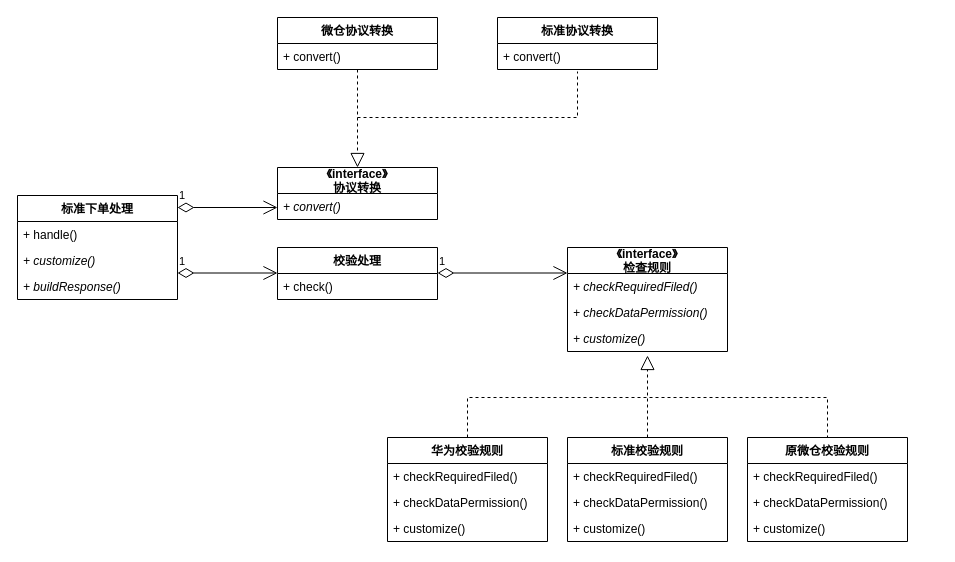
vvhard/draw_io keeps this draw.io diagram as page "设计模式" (2 of 5) of Untitled Diagram.drawio. Above is the earlier version. Source tidied: cells renumbered, new cells numbered last; positions are measured from the earlier drawing's top-left corner, leaving out a move shared by most shapes. Both pictures are drawn from the tidied source at 100%, with x=0, y=0 at pixel (17, 17).
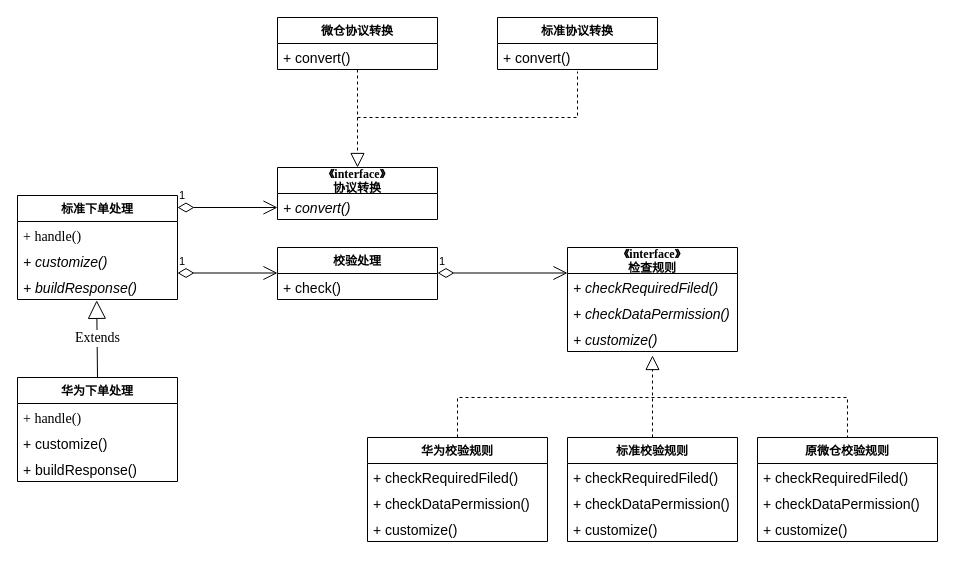
After the change.

Unchanged cells that the change refers to:
```xml
<mxCell id="20" value="校验处理" style="swimlane;fontStyle=1;horizontal=1;startSize=26;fillColor=none;" parent="1" vertex="1">
  <mxGeometry x="260" y="230" width="160" height="52" as="geometry" />
</mxCell>
```

The edit, as a diff of the source:
```diff
@@
-    <mxCell id="2" value="《interface》&#10;检查规则" style="swimlane;fontStyle=1;horizontal=1;startSize=26;fillColor=none;" parent="1" vertex="1">
-      <mxGeometry x="550" y="230" width="160" height="104" as="geometry" />
+    <mxCell id="2" value="《interface》&#10;检查规则" style="swimlane;fontStyle=1;horizontal=1;startSize=26;fillColor=none;fontFamily=Times New Roman;" parent="1" vertex="1">
+      <mxGeometry x="550" y="230" width="170" height="104" as="geometry" />
     </mxCell>
-    <mxCell id="3" value="+ checkRequiredFiled()" style="text;strokeColor=none;fillColor=none;align=left;verticalAlign=top;spacingLeft=4;spacingRight=4;overflow=hidden;fontStyle=2;" parent="2" vertex="1">
-      <mxGeometry y="26" width="160" height="26" as="geometry" />
+    <mxCell id="3" value="+ checkRequiredFiled()" style="text;strokeColor=none;fillColor=none;align=left;verticalAlign=top;spacingLeft=4;spacingRight=4;overflow=hidden;fontStyle=2;fontSize=14;" parent="2" vertex="1">
+      <mxGeometry y="26" width="170" height="26" as="geometry" />
     </mxCell>
-    <mxCell id="4" value="+ checkDataPermission()" style="text;strokeColor=none;fillColor=none;align=left;verticalAlign=top;spacingLeft=4;spacingRight=4;overflow=hidden;fontStyle=2;" parent="2" vertex="1">
-      <mxGeometry y="52" width="160" height="26" as="geometry" />
+    <mxCell id="4" value="+ checkDataPermission()" style="text;strokeColor=none;fillColor=none;align=left;verticalAlign=top;spacingLeft=4;spacingRight=4;overflow=hidden;fontStyle=2;fontSize=14;" parent="2" vertex="1">
+      <mxGeometry y="52" width="170" height="26" as="geometry" />
     </mxCell>
-    <mxCell id="5" value="+ customize()" style="text;strokeColor=none;fillColor=none;align=left;verticalAlign=top;spacingLeft=4;spacingRight=4;overflow=hidden;points=[[0,0.5],[1,0.5]];portConstraint=eastwest;fontStyle=2;" parent="2" vertex="1">
-      <mxGeometry y="78" width="160" height="26" as="geometry" />
+    <mxCell id="5" value="+ customize()" style="text;strokeColor=none;fillColor=none;align=left;verticalAlign=top;spacingLeft=4;spacingRight=4;overflow=hidden;points=[[0,0.5],[1,0.5]];portConstraint=eastwest;fontStyle=2;fontSize=14;" parent="2" vertex="1">
+      <mxGeometry y="78" width="170" height="26" as="geometry" />
     </mxCell>
@@
-    <mxCell id="7" value="华为校验规则" style="swimlane;fontStyle=1;horizontal=1;startSize=26;fillColor=none;" parent="1" vertex="1">
-      <mxGeometry x="370" y="420" width="160" height="104" as="geometry" />
+    <mxCell id="7" value="华为校验规则" style="swimlane;fontStyle=1;horizontal=1;startSize=26;fillColor=none;fontFamily=Times New Roman;" parent="1" vertex="1">
+      <mxGeometry x="350" y="420" width="180" height="104" as="geometry" />
     </mxCell>
-    <mxCell id="8" value="+ checkRequiredFiled()" style="text;strokeColor=none;fillColor=none;align=left;verticalAlign=top;spacingLeft=4;spacingRight=4;overflow=hidden;" parent="7" vertex="1">
-      <mxGeometry y="26" width="160" height="26" as="geometry" />
+    <mxCell id="8" value="+ checkRequiredFiled()" style="text;strokeColor=none;fillColor=none;align=left;verticalAlign=top;spacingLeft=4;spacingRight=4;overflow=hidden;fontSize=14;" parent="7" vertex="1">
+      <mxGeometry y="26" width="180" height="26" as="geometry" />
     </mxCell>
-    <mxCell id="9" value="+ checkDataPermission()" style="text;strokeColor=none;fillColor=none;align=left;verticalAlign=top;spacingLeft=4;spacingRight=4;overflow=hidden;" parent="7" vertex="1">
-      <mxGeometry y="52" width="160" height="26" as="geometry" />
+    <mxCell id="9" value="+ checkDataPermission()" style="text;strokeColor=none;fillColor=none;align=left;verticalAlign=top;spacingLeft=4;spacingRight=4;overflow=hidden;fontSize=14;" parent="7" vertex="1">
+      <mxGeometry y="52" width="180" height="26" as="geometry" />
     </mxCell>
-    <mxCell id="10" value="+ customize()" style="text;strokeColor=none;fillColor=none;align=left;verticalAlign=top;spacingLeft=4;spacingRight=4;overflow=hidden;" parent="7" vertex="1">
-      <mxGeometry y="78" width="160" height="26" as="geometry" />
+    <mxCell id="10" value="+ customize()" style="text;strokeColor=none;fillColor=none;align=left;verticalAlign=top;spacingLeft=4;spacingRight=4;overflow=hidden;fontSize=14;" parent="7" vertex="1">
+      <mxGeometry y="78" width="180" height="26" as="geometry" />
     </mxCell>
-    <mxCell id="11" value="标准校验规则" style="swimlane;fontStyle=1;horizontal=1;startSize=26;fillColor=none;" parent="1" vertex="1">
-      <mxGeometry x="550" y="420" width="160" height="104" as="geometry" />
+    <mxCell id="11" value="标准校验规则" style="swimlane;fontStyle=1;horizontal=1;startSize=26;fillColor=none;fontFamily=Times New Roman;" parent="1" vertex="1">
+      <mxGeometry x="550" y="420" width="170" height="104" as="geometry" />
     </mxCell>
-    <mxCell id="12" value="+ checkRequiredFiled()" style="text;strokeColor=none;fillColor=none;align=left;verticalAlign=top;spacingLeft=4;spacingRight=4;overflow=hidden;" parent="11" vertex="1">
-      <mxGeometry y="26" width="160" height="26" as="geometry" />
+    <mxCell id="12" value="+ checkRequiredFiled()" style="text;strokeColor=none;fillColor=none;align=left;verticalAlign=top;spacingLeft=4;spacingRight=4;overflow=hidden;fontSize=14;" parent="11" vertex="1">
+      <mxGeometry y="26" width="170" height="26" as="geometry" />
     </mxCell>
-    <mxCell id="13" value="+ checkDataPermission()" style="text;strokeColor=none;fillColor=none;align=left;verticalAlign=top;spacingLeft=4;spacingRight=4;overflow=hidden;" parent="11" vertex="1">
-      <mxGeometry y="52" width="160" height="26" as="geometry" />
+    <mxCell id="13" value="+ checkDataPermission()" style="text;strokeColor=none;fillColor=none;align=left;verticalAlign=top;spacingLeft=4;spacingRight=4;overflow=hidden;fontSize=14;" parent="11" vertex="1">
+      <mxGeometry y="52" width="170" height="26" as="geometry" />
     </mxCell>
-    <mxCell id="14" value="+ customize()" style="text;strokeColor=none;fillColor=none;align=left;verticalAlign=top;spacingLeft=4;spacingRight=4;overflow=hidden;" parent="11" vertex="1">
-      <mxGeometry y="78" width="160" height="26" as="geometry" />
+    <mxCell id="14" value="+ customize()" style="text;strokeColor=none;fillColor=none;align=left;verticalAlign=top;spacingLeft=4;spacingRight=4;overflow=hidden;fontSize=14;" parent="11" vertex="1">
+      <mxGeometry y="78" width="170" height="26" as="geometry" />
     </mxCell>
-    <mxCell id="15" value="原微仓校验规则" style="swimlane;fontStyle=1;horizontal=1;startSize=26;fillColor=none;" parent="1" vertex="1">
-      <mxGeometry x="730" y="420" width="160" height="104" as="geometry" />
+    <mxCell id="15" value="原微仓校验规则" style="swimlane;fontStyle=1;horizontal=1;startSize=26;fillColor=none;fontFamily=Times New Roman;" parent="1" vertex="1">
+      <mxGeometry x="740" y="420" width="180" height="104" as="geometry" />
     </mxCell>
-    <mxCell id="16" value="+ checkRequiredFiled()" style="text;strokeColor=none;fillColor=none;align=left;verticalAlign=top;spacingLeft=4;spacingRight=4;overflow=hidden;" parent="15" vertex="1">
-      <mxGeometry y="26" width="160" height="26" as="geometry" />
+    <mxCell id="16" value="+ checkRequiredFiled()" style="text;strokeColor=none;fillColor=none;align=left;verticalAlign=top;spacingLeft=4;spacingRight=4;overflow=hidden;fontSize=14;" parent="15" vertex="1">
+      <mxGeometry y="26" width="180" height="26" as="geometry" />
     </mxCell>
-    <mxCell id="17" value="+ checkDataPermission()" style="text;strokeColor=none;fillColor=none;align=left;verticalAlign=top;spacingLeft=4;spacingRight=4;overflow=hidden;" parent="15" vertex="1">
-      <mxGeometry y="52" width="160" height="26" as="geometry" />
+    <mxCell id="17" value="+ checkDataPermission()" style="text;strokeColor=none;fillColor=none;align=left;verticalAlign=top;spacingLeft=4;spacingRight=4;overflow=hidden;fontSize=14;" parent="15" vertex="1">
+      <mxGeometry y="52" width="180" height="26" as="geometry" />
     </mxCell>
-    <mxCell id="18" value="+ customize()" style="text;strokeColor=none;fillColor=none;align=left;verticalAlign=top;spacingLeft=4;spacingRight=4;overflow=hidden;" parent="15" vertex="1">
-      <mxGeometry y="78" width="160" height="26" as="geometry" />
+    <mxCell id="18" value="+ customize()" style="text;strokeColor=none;fillColor=none;align=left;verticalAlign=top;spacingLeft=4;spacingRight=4;overflow=hidden;fontSize=14;" parent="15" vertex="1">
+      <mxGeometry y="78" width="180" height="26" as="geometry" />
     </mxCell>
     <mxCell id="19" style="endArrow=none;dashed=1;html=1;rounded=0;entryX=0.5;entryY=0;entryDx=0;entryDy=0;exitX=0.5;exitY=0;exitDx=0;exitDy=0;" parent="1" edge="1" source="7" target="15">
       <mxGeometry relative="1" as="geometry">
         <Array as="points">
-          <mxPoint x="450" y="380" />
-          <mxPoint x="810" y="380" />
+          <mxPoint x="440" y="380" />
+          <mxPoint x="830" y="380" />
         </Array>
       </mxGeometry>
     </mxCell>
@@
-    <mxCell id="21" value="+ check()" style="text;strokeColor=none;fillColor=none;align=left;verticalAlign=top;spacingLeft=4;spacingRight=4;overflow=hidden;" parent="20" vertex="1">
+    <mxCell id="21" value="+ check()" style="text;strokeColor=none;fillColor=none;align=left;verticalAlign=top;spacingLeft=4;spacingRight=4;overflow=hidden;fontSize=14;" parent="20" vertex="1">
       <mxGeometry y="26" width="160" height="26" as="geometry" />
     </mxCell>
-    <mxCell id="22" value="标准下单处理" style="swimlane;fontStyle=1;horizontal=1;startSize=26;fillColor=none;" parent="1" vertex="1">
+    <mxCell id="22" value="标准下单处理" style="swimlane;fontStyle=1;horizontal=1;startSize=26;fillColor=none;fontFamily=Times New Roman;" parent="1" vertex="1">
       <mxGeometry y="178" width="160" height="104" as="geometry" />
     </mxCell>
-    <mxCell id="23" value="+ handle()" style="text;strokeColor=none;fillColor=none;align=left;verticalAlign=top;spacingLeft=4;spacingRight=4;overflow=hidden;" parent="22" vertex="1">
+    <mxCell id="23" value="+ handle()" style="text;strokeColor=none;fillColor=none;align=left;verticalAlign=top;spacingLeft=4;spacingRight=4;overflow=hidden;fontSize=14;fontFamily=Times New Roman;" parent="22" vertex="1">
       <mxGeometry y="26" width="160" height="26" as="geometry" />
     </mxCell>
-    <mxCell id="24" value="+ customize() " style="text;strokeColor=none;fillColor=none;align=left;verticalAlign=top;spacingLeft=4;spacingRight=4;overflow=hidden;fontStyle=2;" parent="22" vertex="1">
+    <mxCell id="24" value="+ customize() " style="text;strokeColor=none;fillColor=none;align=left;verticalAlign=top;spacingLeft=4;spacingRight=4;overflow=hidden;fontStyle=2;fontSize=14;fontFamily=Helvetica;" parent="22" vertex="1">
       <mxGeometry y="52" width="160" height="26" as="geometry" />
     </mxCell>
-    <mxCell id="25" value="+ buildResponse() " style="text;strokeColor=none;fillColor=none;align=left;verticalAlign=top;spacingLeft=4;spacingRight=4;overflow=hidden;points=[[0,0.5],[1,0.5]];portConstraint=eastwest;fontStyle=2;" parent="22" vertex="1">
+    <mxCell id="25" value="+ buildResponse() " style="text;strokeColor=none;fillColor=none;align=left;verticalAlign=top;spacingLeft=4;spacingRight=4;overflow=hidden;points=[[0,0.5],[1,0.5]];portConstraint=eastwest;fontStyle=2;fontSize=14;fontFamily=Helvetica;" parent="22" vertex="1">
       <mxGeometry y="78" width="160" height="26" as="geometry" />
     </mxCell>
-    <mxCell id="26" value="《interface》&#10;协议转换" style="swimlane;fontStyle=1;horizontal=1;startSize=26;fillColor=none;" parent="1" vertex="1">
+    <mxCell id="26" value="《interface》&#10;协议转换" style="swimlane;fontStyle=1;horizontal=1;startSize=26;fillColor=none;fontFamily=Times New Roman;" parent="1" vertex="1">
       <mxGeometry x="260" y="150" width="160" height="52" as="geometry" />
     </mxCell>
-    <mxCell id="27" value="+ convert()" style="text;strokeColor=none;fillColor=none;align=left;verticalAlign=top;spacingLeft=4;spacingRight=4;overflow=hidden;fontStyle=2;" parent="26" vertex="1">
+    <mxCell id="27" value="+ convert()" style="text;strokeColor=none;fillColor=none;align=left;verticalAlign=top;spacingLeft=4;spacingRight=4;overflow=hidden;fontStyle=2;fontSize=14;" parent="26" vertex="1">
       <mxGeometry y="26" width="160" height="26" as="geometry" />
     </mxCell>
-    <mxCell id="28" value="微仓协议转换" style="swimlane;fontStyle=1;horizontal=1;startSize=26;fillColor=none;" parent="1" vertex="1">
+    <mxCell id="28" value="微仓协议转换" style="swimlane;fontStyle=1;horizontal=1;startSize=26;fillColor=none;fontFamily=Times New Roman;" parent="1" vertex="1">
       <mxGeometry x="260" width="160" height="52" as="geometry" />
     </mxCell>
-    <mxCell id="29" value="+ convert()" style="text;strokeColor=none;fillColor=none;align=left;verticalAlign=top;spacingLeft=4;spacingRight=4;overflow=hidden;" parent="28" vertex="1">
+    <mxCell id="29" value="+ convert()" style="text;strokeColor=none;fillColor=none;align=left;verticalAlign=top;spacingLeft=4;spacingRight=4;overflow=hidden;fontSize=14;" parent="28" vertex="1">
       <mxGeometry y="26" width="160" height="26" as="geometry" />
     </mxCell>
-    <mxCell id="30" value="标准协议转换" style="swimlane;fontStyle=1;horizontal=1;startSize=26;fillColor=none;" parent="1" vertex="1">
+    <mxCell id="30" value="标准协议转换" style="swimlane;fontStyle=1;horizontal=1;startSize=26;fillColor=none;fontFamily=Times New Roman;" parent="1" vertex="1">
       <mxGeometry x="480" width="160" height="52" as="geometry" />
     </mxCell>
-    <mxCell id="31" value="+ convert()" style="text;strokeColor=none;fillColor=none;align=left;verticalAlign=top;spacingLeft=4;spacingRight=4;overflow=hidden;points=[[0,0.5],[1,0.5]];portConstraint=eastwest;" parent="30" vertex="1">
+    <mxCell id="31" value="+ convert()" style="text;strokeColor=none;fillColor=none;align=left;verticalAlign=top;spacingLeft=4;spacingRight=4;overflow=hidden;points=[[0,0.5],[1,0.5]];portConstraint=eastwest;fontSize=14;" parent="30" vertex="1">
       <mxGeometry y="26" width="160" height="26" as="geometry" />
     </mxCell>
@@
+    <mxCell id="37" value="华为下单处理" style="swimlane;fontStyle=1;horizontal=1;startSize=26;fillColor=none;fontFamily=Times New Roman;" parent="1" vertex="1">
+      <mxGeometry y="360" width="160" height="104" as="geometry" />
+    </mxCell>
+    <mxCell id="38" value="+ handle()" style="text;strokeColor=none;fillColor=none;align=left;verticalAlign=top;spacingLeft=4;spacingRight=4;overflow=hidden;fontSize=14;fontFamily=Times New Roman;" parent="37" vertex="1">
+      <mxGeometry y="26" width="160" height="26" as="geometry" />
+    </mxCell>
+    <mxCell id="39" value="+ customize() " style="text;strokeColor=none;fillColor=none;align=left;verticalAlign=top;spacingLeft=4;spacingRight=4;overflow=hidden;fontStyle=0;fontSize=14;fontFamily=Helvetica;" parent="37" vertex="1">
+      <mxGeometry y="52" width="160" height="26" as="geometry" />
+    </mxCell>
+    <mxCell id="40" value="+ buildResponse() " style="text;strokeColor=none;fillColor=none;align=left;verticalAlign=top;spacingLeft=4;spacingRight=4;overflow=hidden;fontStyle=0;fontSize=14;fontFamily=Helvetica;" parent="37" vertex="1">
+      <mxGeometry y="78" width="160" height="26" as="geometry" />
+    </mxCell>
+    <mxCell id="41" value="Extends" style="endArrow=block;endSize=16;endFill=0;html=1;rounded=0;fontFamily=Times New Roman;fontSize=14;exitX=0.5;exitY=0;exitDx=0;exitDy=0;entryX=0.495;entryY=1.032;entryDx=0;entryDy=0;entryPerimeter=0;" parent="1" edge="1" source="37" target="25">
+      <mxGeometry relative="1" as="geometry" />
+    </mxCell>
```
